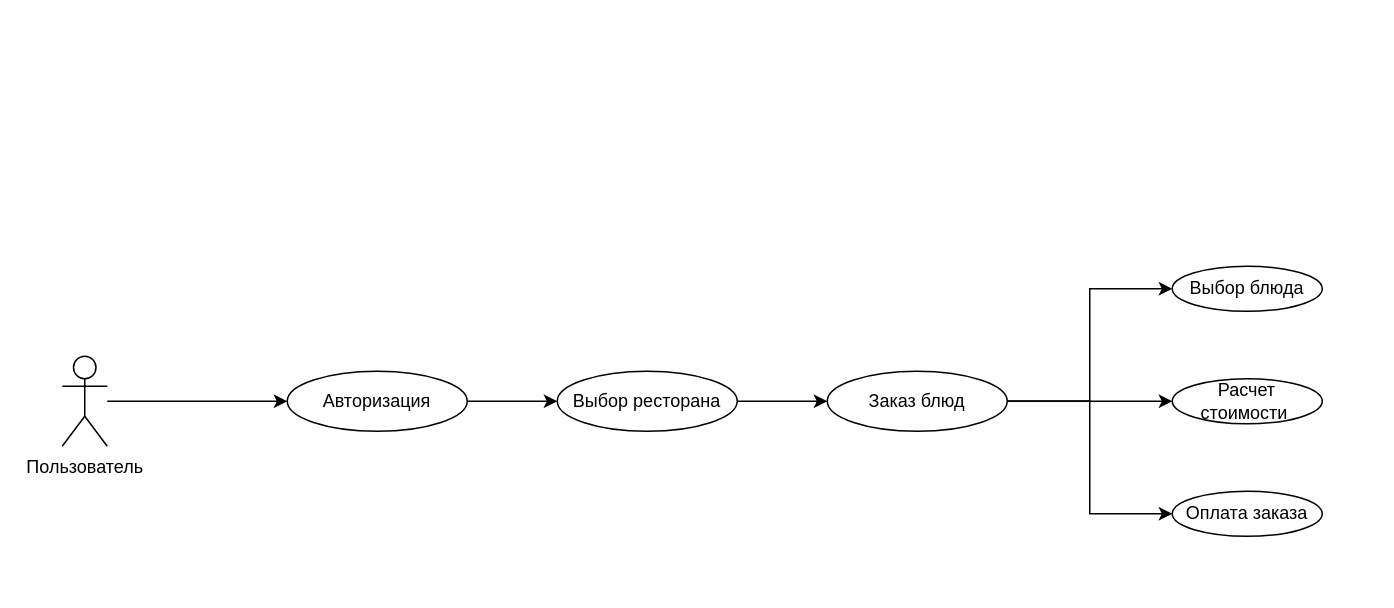
Above: Доставка еды.drawio in DeVarl1/Asshole-delivery (draw.io), before the change. Source tidied: cells renumbered, new cells numbered last; positions are measured from the earlier drawing's top-left corner, leaving out a move shared by most shapes. Both pictures are drawn from the tidied source at 150%, with x=0, y=0 at pixel (62, 266).
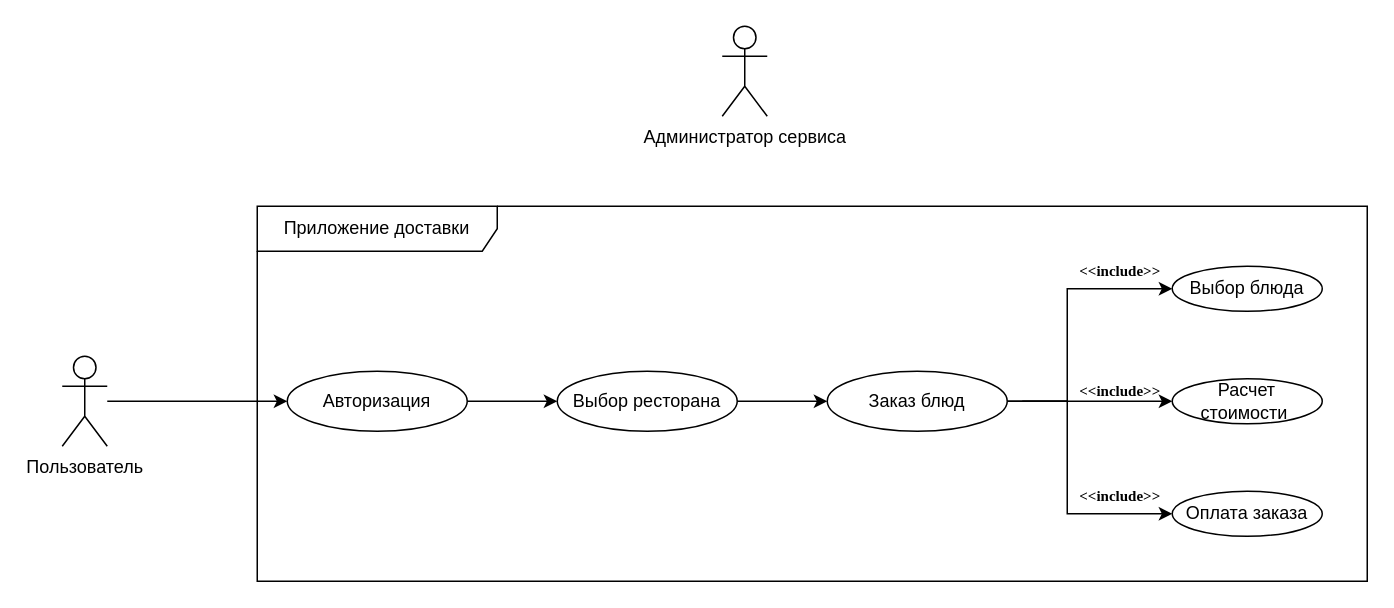
Above is the later version.

Unchanged cells that the change refers to:
```xml
<mxCell id="8" value="Выбор блюда" style="ellipse;whiteSpace=wrap;html=1;" parent="1" vertex="1">
  <mxGeometry x="740" width="100" height="30" as="geometry" />
</mxCell>
<mxCell id="12" value="Заказ блюд" style="ellipse;whiteSpace=wrap;html=1;" parent="1" vertex="1">
  <mxGeometry x="510" y="70" width="120" height="40" as="geometry" />
</mxCell>
<mxCell id="14" value="Оплата заказа" style="ellipse;whiteSpace=wrap;html=1;" parent="1" vertex="1">
  <mxGeometry x="740" y="150" width="100" height="30" as="geometry" />
</mxCell>
```

Diff of the diagram source:
```diff
@@
     <mxCell id="10" style="edgeStyle=orthogonalEdgeStyle;rounded=0;jettySize=auto;html=1;entryX=0;entryY=0.5;entryDx=0;entryDy=0;" parent="1" edge="1" source="12" target="8">
-      <mxGeometry relative="1" as="geometry" />
+      <mxGeometry relative="1" as="geometry">
+        <Array as="points">
+          <mxPoint x="670" y="90" />
+          <mxPoint x="670" y="15" />
+        </Array>
+      </mxGeometry>
     </mxCell>
-    <mxCell id="11" style="edgeStyle=orthogonalEdgeStyle;rounded=0;jettySize=auto;html=1;entryX=0;entryY=0.5;entryDx=0;entryDy=0;" parent="1" edge="1" source="12" target="14">
-      <mxGeometry relative="1" as="geometry" />
+    <mxCell id="11" style="edgeStyle=orthogonalEdgeStyle;rounded=0;jettySize=auto;html=1;entryX=0;entryY=0.5;entryDx=0;entryDy=0;" parent="1" edge="1" target="14">
+      <mxGeometry relative="1" as="geometry">
+        <mxPoint x="640" y="90" as="sourcePoint" />
+        <Array as="points">
+          <mxPoint x="670" y="90" />
+          <mxPoint x="670" y="165" />
+        </Array>
+      </mxGeometry>
     </mxCell>
@@
+    <mxCell id="15" value="&lt;font style=&quot;vertical-align: inherit; font-size: 10px;&quot;&gt;&lt;font style=&quot;vertical-align: inherit; font-size: 10px;&quot;&gt;&amp;lt;&amp;lt;include&amp;gt;&amp;gt;&lt;/font&gt;&lt;/font&gt;" style="text;align=center;fontStyle=1;verticalAlign=middle;spacingLeft=3;spacingRight=3;strokeColor=none;html=1;fontFamily=Times New Roman;fontSize=10;" parent="1" vertex="1">
+      <mxGeometry x="680" width="50" height="6" as="geometry" />
+    </mxCell>
+    <mxCell id="16" value="&lt;font style=&quot;vertical-align: inherit; font-size: 10px;&quot;&gt;&lt;font style=&quot;vertical-align: inherit; font-size: 10px;&quot;&gt;&amp;lt;&amp;lt;include&amp;gt;&amp;gt;&lt;/font&gt;&lt;/font&gt;" style="text;align=center;fontStyle=1;verticalAlign=middle;spacingLeft=3;spacingRight=3;strokeColor=none;html=1;fontFamily=Times New Roman;fontSize=10;" parent="1" vertex="1">
+      <mxGeometry x="680" y="80" width="50" height="6" as="geometry" />
+    </mxCell>
+    <mxCell id="17" value="&lt;font style=&quot;vertical-align: inherit; font-size: 10px;&quot;&gt;&lt;font style=&quot;vertical-align: inherit; font-size: 10px;&quot;&gt;&amp;lt;&amp;lt;include&amp;gt;&amp;gt;&lt;/font&gt;&lt;/font&gt;" style="text;align=center;fontStyle=1;verticalAlign=middle;spacingLeft=3;spacingRight=3;strokeColor=none;html=1;fontFamily=Times New Roman;fontSize=10;" parent="1" vertex="1">
+      <mxGeometry x="680" y="150" width="50" height="6" as="geometry" />
+    </mxCell>
+    <mxCell id="18" value="Приложение доставки" style="shape=umlFrame;whiteSpace=wrap;html=1;width=160;" parent="1" vertex="1">
+      <mxGeometry x="130" y="-40" width="740" height="250" as="geometry" />
+    </mxCell>
+    <mxCell id="19" value="Администратор сервиса" style="shape=umlActor;verticalLabelPosition=bottom;verticalAlign=top;html=1;" parent="1" vertex="1">
+      <mxGeometry x="440" y="-160" width="30" height="60" as="geometry" />
+    </mxCell>
```
